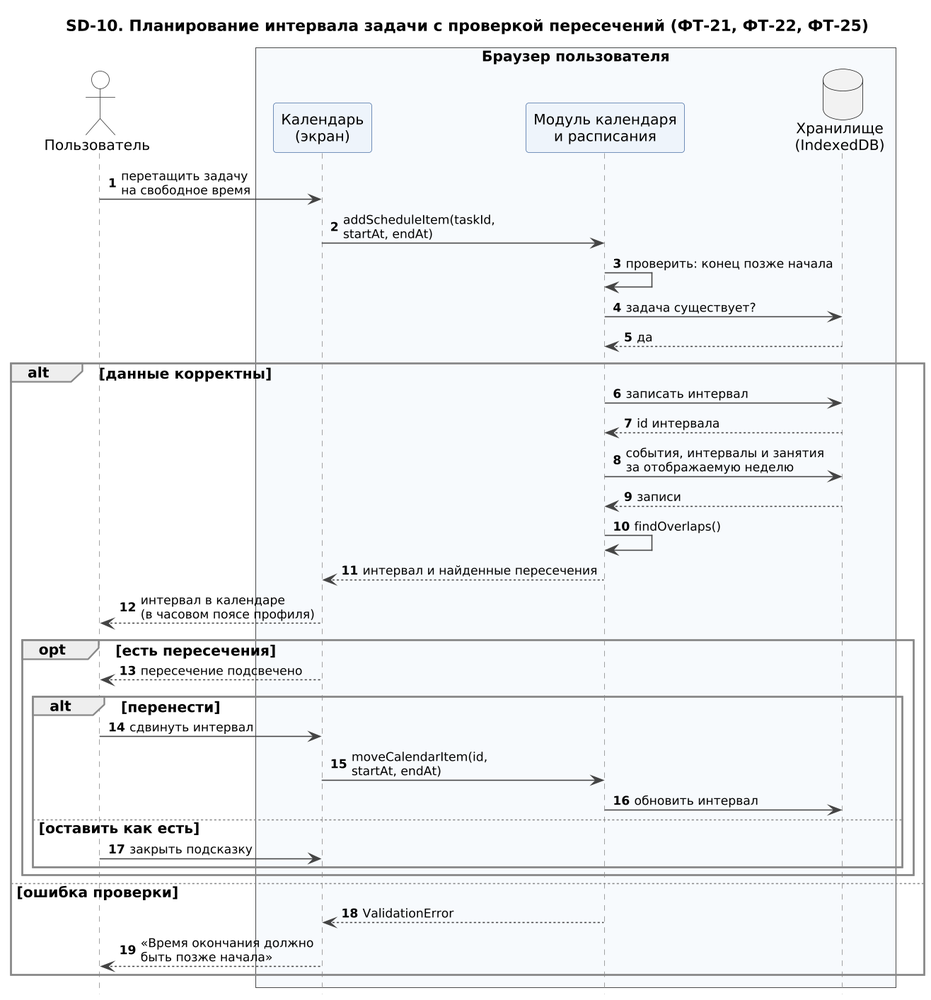
Before: docs/uml/png/SD-10_planirovanie_intervala.png, a diagram exported from PlantUML (freez044/kpo_project).
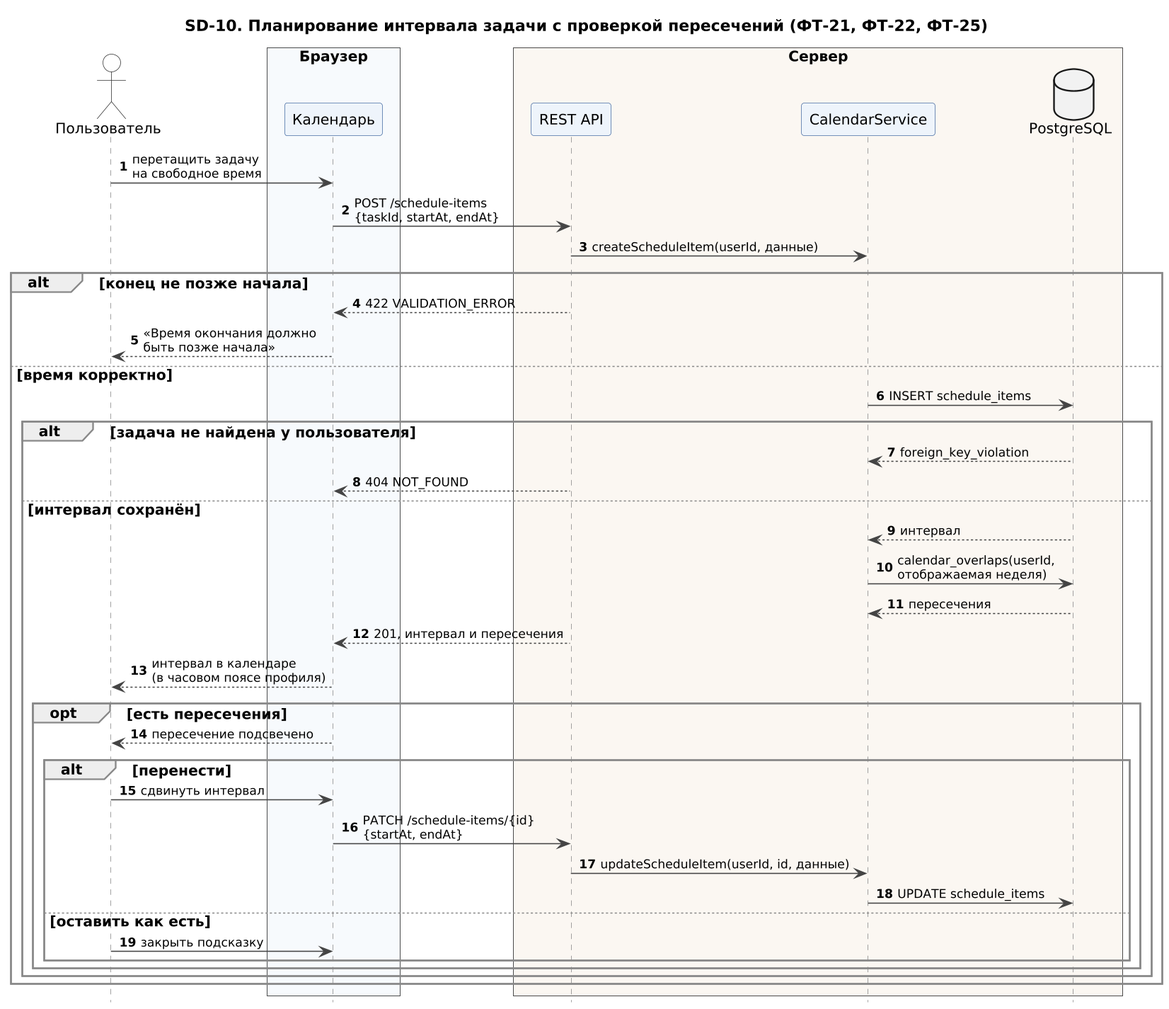
The same diagram one commit later.

Diff of the diagram source:
```diff
@@ -2,37 +2,43 @@
 !include seqhead.iuml
 title SD-10. Планирование интервала задачи с проверкой пересечений (ФТ-21, ФТ-22, ФТ-25)
 actor "Пользователь" as U
-box "Браузер пользователя" #F7FAFD
-participant "Календарь\n(экран)" as UI
-participant "Модуль календаря\nи расписания" as CM
-database "Хранилище\n(IndexedDB)" as DB
+box "Браузер" #F7FAFD
+participant "Календарь" as UI
+end box
+box "Сервер" #FBF7F2
+participant "REST API" as API
+participant "CalendarService" as CS
+database "PostgreSQL" as DB
 end box
 
 U -> UI : перетащить задачу\nна свободное время
-UI -> CM : addScheduleItem(taskId,\nstartAt, endAt)
-CM -> CM : проверить: конец позже начала
-CM -> DB : задача существует?
-DB --> CM : да
-alt данные корректны
-  CM -> DB : записать интервал
-  DB --> CM : id интервала
-  CM -> DB : события, интервалы и занятия\nза отображаемую неделю
-  DB --> CM : записи
-  CM -> CM : findOverlaps()
-  CM --> UI : интервал и найденные пересечения
-  UI --> U : интервал в календаре\n(в часовом поясе профиля)
-  opt есть пересечения
-    UI --> U : пересечение подсвечено
-    alt перенести
-      U -> UI : сдвинуть интервал
-      UI -> CM : moveCalendarItem(id,\nstartAt, endAt)
-      CM -> DB : обновить интервал
-    else оставить как есть
-      U -> UI : закрыть подсказку
+UI -> API : POST /schedule-items\n{taskId, startAt, endAt}
+API -> CS : createScheduleItem(userId, данные)
+alt конец не позже начала
+  API --> UI : 422 VALIDATION_ERROR
+  UI --> U : «Время окончания должно\nбыть позже начала»
+else время корректно
+  CS -> DB : INSERT schedule_items
+  alt задача не найдена у пользователя
+    DB --> CS : foreign_key_violation
+    API --> UI : 404 NOT_FOUND
+  else интервал сохранён
+    DB --> CS : интервал
+    CS -> DB : calendar_overlaps(userId,\nотображаемая неделя)
+    DB --> CS : пересечения
+    API --> UI : 201, интервал и пересечения
+    UI --> U : интервал в календаре\n(в часовом поясе профиля)
+    opt есть пересечения
+      UI --> U : пересечение подсвечено
+      alt перенести
+        U -> UI : сдвинуть интервал
+        UI -> API : PATCH /schedule-items/{id}\n{startAt, endAt}
+        API -> CS : updateScheduleItem(userId, id, данные)
+        CS -> DB : UPDATE schedule_items
+      else оставить как есть
+        U -> UI : закрыть подсказку
+      end
     end
   end
-else ошибка проверки
-  CM --> UI : ValidationError
-  UI --> U : «Время окончания должно\nбыть позже начала»
 end
 @enduml
```
